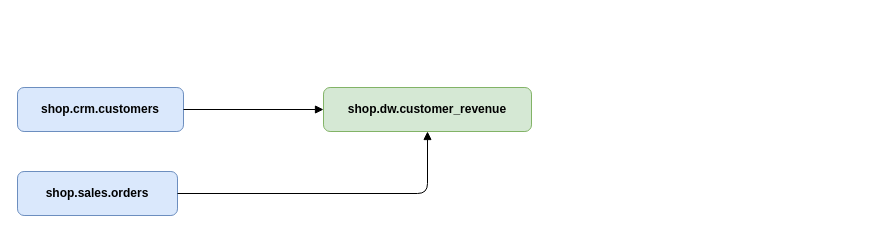
Above: page "Tables" (1 of 2) of examples/orders.drawio in bhaskars9/BQLineage (draw.io), before the change. Source tidied: cells renumbered, new cells numbered last; positions are measured from the earlier drawing's top-left corner, leaving out a move shared by most shapes. Both pictures are drawn from the tidied source at 100%, with x=0, y=0 at pixel (17, 87).
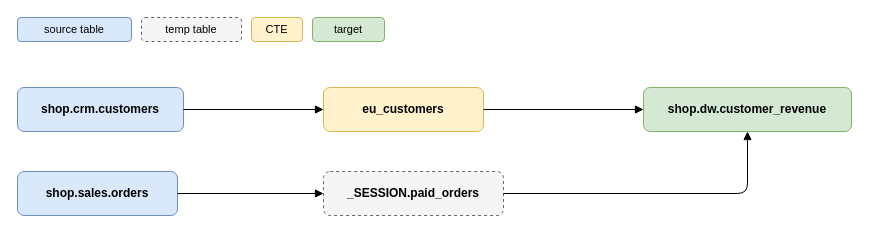
The same diagram, later.

What changed in the source:
```diff
@@
 <mxGraphModel>
   <root>
     <mxCell id="0" />
     <mxCell id="1" parent="0" />
-    <mxCell id="2" value="shop.crm.customers" style="rounded=1;whiteSpace=wrap;fontStyle=1;fillColor=#dae8fc;strokeColor=#6c8ebf;" parent="1" vertex="1">
-      <mxGeometry width="166" height="44" as="geometry" />
+    <mxCell id="2" value="source table" style="rounded=1;whiteSpace=wrap;fontSize=11;fillColor=#dae8fc;strokeColor=#6c8ebf;" parent="1" vertex="1">
+      <mxGeometry y="-70" width="114" height="24" as="geometry" />
     </mxCell>
-    <mxCell id="3" value="shop.sales.orders" style="rounded=1;whiteSpace=wrap;fontStyle=1;fillColor=#dae8fc;strokeColor=#6c8ebf;" parent="1" vertex="1">
-      <mxGeometry y="84" width="160" height="44" as="geometry" />
+    <mxCell id="3" value="temp table" style="rounded=1;whiteSpace=wrap;fontSize=11;fillColor=#f5f5f5;strokeColor=#666666;dashed=1;" parent="1" vertex="1">
+      <mxGeometry x="124" y="-70" width="100" height="24" as="geometry" />
     </mxCell>
-    <mxCell id="4" value="shop.dw.customer_revenue" style="rounded=1;whiteSpace=wrap;fontStyle=1;fillColor=#d5e8d4;strokeColor=#82b366;" parent="1" vertex="1">
-      <mxGeometry x="306" width="208" height="44" as="geometry" />
+    <mxCell id="4" value="CTE" style="rounded=1;whiteSpace=wrap;fontSize=11;fillColor=#fff2cc;strokeColor=#d6b656;" parent="1" vertex="1">
+      <mxGeometry x="234" y="-70" width="51" height="24" as="geometry" />
     </mxCell>
-    <mxCell id="5" style="edgeStyle=orthogonalEdgeStyle;rounded=1;endArrow=block;endFill=1;" parent="1" edge="1" source="2" target="4">
-      <mxGeometry relative="1" as="geometry" />
+    <mxCell id="5" value="target" style="rounded=1;whiteSpace=wrap;fontSize=11;fillColor=#d5e8d4;strokeColor=#82b366;" parent="1" vertex="1">
+      <mxGeometry x="295" y="-70" width="72" height="24" as="geometry" />
     </mxCell>
-    <mxCell id="6" style="edgeStyle=orthogonalEdgeStyle;rounded=1;endArrow=block;endFill=1;" parent="1" edge="1" source="3" target="4">
-      <mxGeometry relative="1" as="geometry" />
+    <mxCell id="6" value="shop.crm.customers" style="rounded=1;whiteSpace=wrap;fontStyle=1;fillColor=#dae8fc;strokeColor=#6c8ebf;" parent="1" vertex="1">
+      <mxGeometry width="166" height="44" as="geometry" />
     </mxCell>
+    <mxCell id="7" value="shop.sales.orders" style="rounded=1;whiteSpace=wrap;fontStyle=1;fillColor=#dae8fc;strokeColor=#6c8ebf;" parent="1" vertex="1">
+      <mxGeometry y="84" width="160" height="44" as="geometry" />
+    </mxCell>
+    <mxCell id="8" value="eu_customers" style="rounded=1;whiteSpace=wrap;fontStyle=1;fillColor=#fff2cc;strokeColor=#d6b656;" parent="1" vertex="1">
+      <mxGeometry x="306" width="160" height="44" as="geometry" />
+    </mxCell>
+    <mxCell id="9" value="_SESSION.paid_orders" style="rounded=1;whiteSpace=wrap;fontStyle=1;fillColor=#f5f5f5;strokeColor=#666666;dashed=1;" parent="1" vertex="1">
+      <mxGeometry x="306" y="84" width="180" height="44" as="geometry" />
+    </mxCell>
+    <mxCell id="10" value="shop.dw.customer_revenue" style="rounded=1;whiteSpace=wrap;fontStyle=1;fillColor=#d5e8d4;strokeColor=#82b366;" parent="1" vertex="1">
+      <mxGeometry x="626" width="208" height="44" as="geometry" />
+    </mxCell>
+    <mxCell id="11" style="edgeStyle=orthogonalEdgeStyle;rounded=1;endArrow=block;endFill=1;" parent="1" edge="1" source="6" target="8">
+      <mxGeometry relative="1" as="geometry" />
+    </mxCell>
+    <mxCell id="12" style="edgeStyle=orthogonalEdgeStyle;rounded=1;endArrow=block;endFill=1;" parent="1" edge="1" source="7" target="9">
+      <mxGeometry relative="1" as="geometry" />
+    </mxCell>
+    <mxCell id="13" style="edgeStyle=orthogonalEdgeStyle;rounded=1;endArrow=block;endFill=1;" parent="1" edge="1" source="8" target="10">
+      <mxGeometry relative="1" as="geometry" />
+    </mxCell>
+    <mxCell id="14" style="edgeStyle=orthogonalEdgeStyle;rounded=1;endArrow=block;endFill=1;" parent="1" edge="1" source="9" target="10">
+      <mxGeometry relative="1" as="geometry" />
+    </mxCell>
   </root>
 </mxGraphModel>
```
